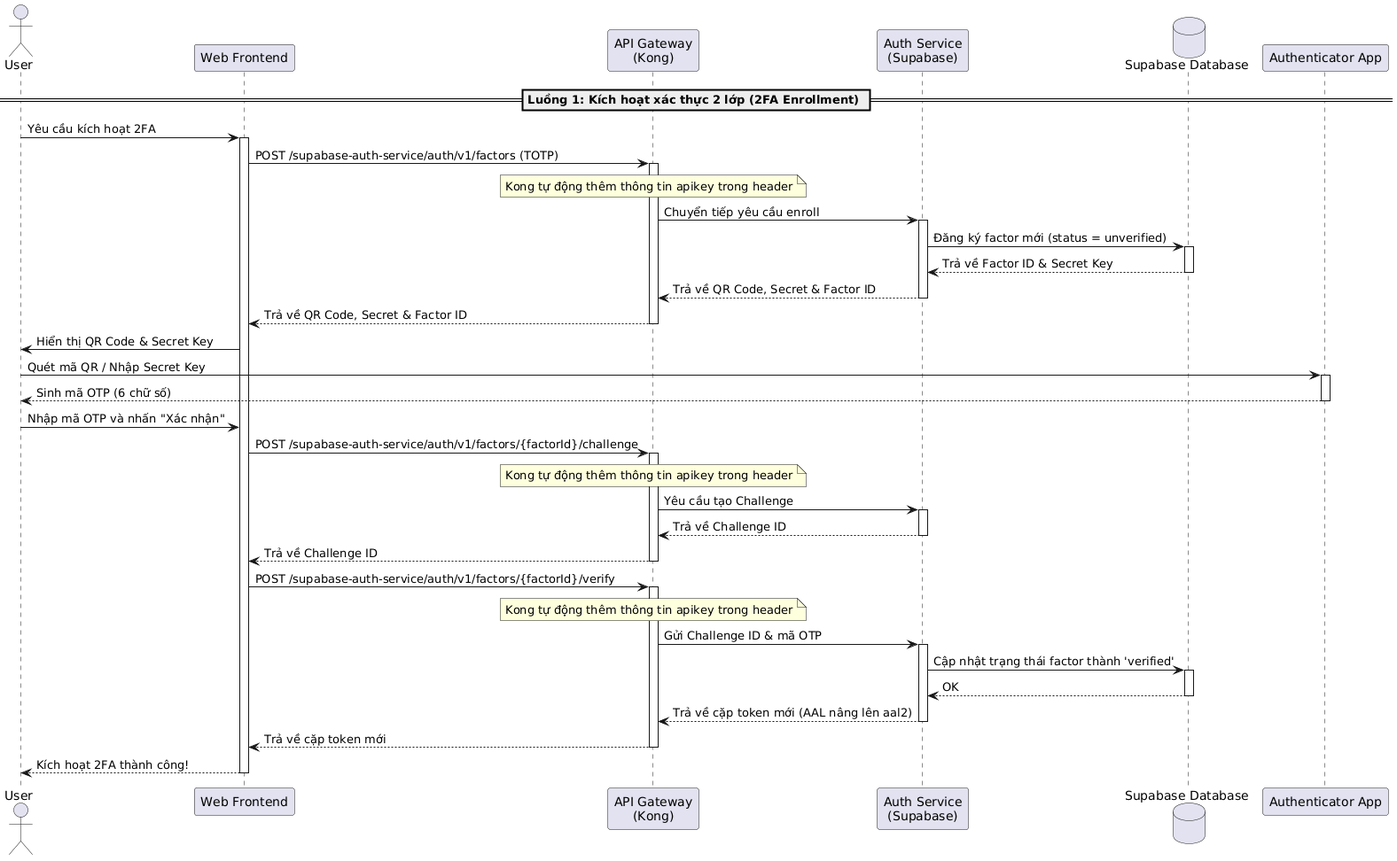
Above: latex/contents/Sequence/UML-Sequence-UserMfaEnrollment.png in 20206205Tech/docs-latex (PlantUML), before the change.
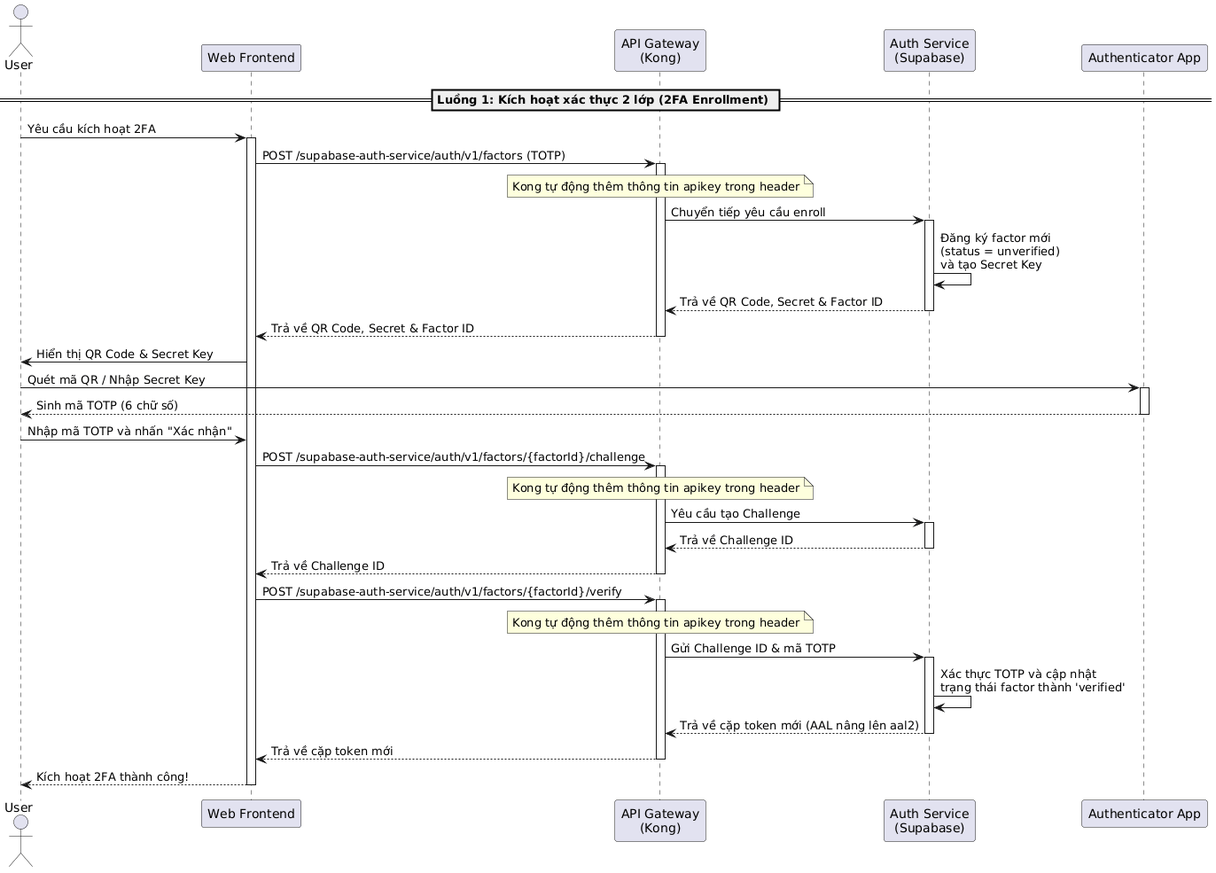
The same file after the commit.

Diff of the diagram source:
```diff
@@ -3,7 +3,6 @@
 participant "Web Frontend" as Frontend
 participant "API Gateway\n(Kong)" as Kong
 participant "Auth Service\n(Supabase)" as AuthService
-database "Supabase Database" as DB
 participant "Authenticator App" as AuthApp
 
 == Luồng 1: Kích hoạt xác thực 2 lớp (2FA Enrollment) ==
@@ -15,10 +14,9 @@
 note over Kong: Kong tự động thêm thông tin apikey trong header
 Kong -> AuthService: Chuyển tiếp yêu cầu enroll
 activate AuthService
-AuthService -> DB: Đăng ký factor mới (status = unverified)
-activate DB
-DB --> AuthService: Trả về Factor ID & Secret Key
-deactivate DB
+
+AuthService -> AuthService: Đăng ký factor mới\n(status = unverified)\nvà tạo Secret Key
+
 AuthService --> Kong: Trả về QR Code, Secret & Factor ID
 deactivate AuthService
 Kong --> Frontend: Trả về QR Code, Secret & Factor ID
@@ -27,10 +25,10 @@
 Frontend -> User: Hiển thị QR Code & Secret Key
 User -> AuthApp: Quét mã QR / Nhập Secret Key
 activate AuthApp
-AuthApp --> User: Sinh mã OTP (6 chữ số)
+AuthApp --> User: Sinh mã TOTP (6 chữ số)
 deactivate AuthApp
 
-User -> Frontend: Nhập mã OTP và nhấn "Xác nhận"
+User -> Frontend: Nhập mã TOTP và nhấn "Xác nhận"
 Frontend -> Kong: POST /supabase-auth-service/auth/v1/factors/{factorId}/challenge
 activate Kong
 note over Kong: Kong tự động thêm thông tin apikey trong header
@@ -44,12 +42,11 @@
 Frontend -> Kong: POST /supabase-auth-service/auth/v1/factors/{factorId}/verify
 activate Kong
 note over Kong: Kong tự động thêm thông tin apikey trong header
-Kong -> AuthService: Gửi Challenge ID & mã OTP
+Kong -> AuthService: Gửi Challenge ID & mã TOTP
 activate AuthService
-AuthService -> DB: Cập nhật trạng thái factor thành 'verified'
-activate DB
-DB --> AuthService: OK
-deactivate DB
+
+AuthService -> AuthService: Xác thực TOTP và cập nhật\ntrạng thái factor thành 'verified'
+
 AuthService --> Kong: Trả về cặp token mới (AAL nâng lên aal2)
 deactivate AuthService
 Kong --> Frontend: Trả về cặp token mới
```
